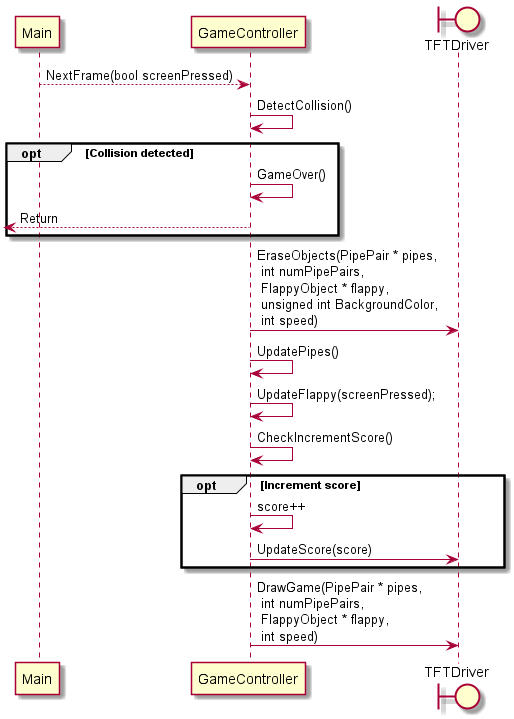
Before: Projekt/diagrams/out/NextFrame/NextFrame.png, a diagram exported from PlantUML (Valdemartt/AMS). The source it was exported from:
```plantuml
@startuml
Main--> GameController : NextFrame(bool screenPressed)
control GameController
boundary TFTDriver
GameController -> GameController : DetectCollision()
opt Collision detected
    GameController -> GameController : GameOver()
    <-- GameController: Return
end
GameController -> TFTDriver : EraseObjects(PipePair * pipes,\n int numPipePairs, \n FlappyObject * flappy,\n unsigned int BackgroundColor, \n int speed)
GameController -> GameController : UpdatePipes()
GameController -> GameController : UpdateFlappy(screenPressed);
GameController -> GameController : CheckIncrementScore()
opt Increment score
GameController -> GameController : score++
GameController -> TFTDriver : UpdateScore(score)
end
GameController -> TFTDriver : DrawGame(PipePair * pipes, \n int numPipePairs,\n FlappyObject * flappy,\n int speed)
@enduml
```
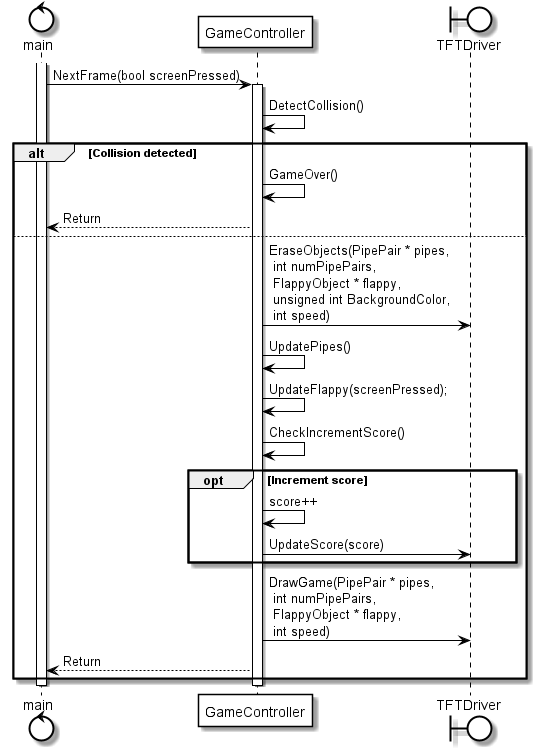
Later version of the same file.

The edit, as a diff of the source:
```diff
@@ -1,19 +1,50 @@
 @startuml
-Main--> GameController : NextFrame(bool screenPressed)
-control GameController
+skinparam sequence {
+    ArrowColor Black
+    ActorBorderColor Black
+    LifeLineBorderColor Black
+    ArrowMessageAlignment center
+    ParticipantBorderColor Black
+    ParticipantBackgroundColor White
+    BoxBorderColor Black
+}
+
+skinparam Collections {
+    BorderColor Black
+    BackgroundColor White
+}
+skinparam control{
+    BorderColor Black
+    BackgroundColor White
+}
+skinparam boundary {
+    BorderColor Black
+    BackgroundColor White
+}
+
+control main
+participant GameController
 boundary TFTDriver
+
+activate main
+main -> GameController : NextFrame(bool screenPressed)
+activate GameController
 GameController -> GameController : DetectCollision()
-opt Collision detected
+alt Collision detected
     GameController -> GameController : GameOver()
-    <-- GameController: Return
+    main <-- GameController: Return
+else
+    GameController -> TFTDriver : EraseObjects(PipePair * pipes,\n int numPipePairs, \n FlappyObject * flappy,\n unsigned int BackgroundColor, \n int speed)
+    GameController -> GameController : UpdatePipes()
+    GameController -> GameController : UpdateFlappy(screenPressed);
+    GameController -> GameController : CheckIncrementScore()
+    opt Increment score
+    GameController -> GameController : score++
+    GameController -> TFTDriver : UpdateScore(score)
+    end
+    GameController -> TFTDriver : DrawGame(PipePair * pipes, \n int numPipePairs,\n FlappyObject * flappy,\n int speed)
+    main <-- GameController : Return
 end
-GameController -> TFTDriver : EraseObjects(PipePair * pipes,\n int numPipePairs, \n FlappyObject * flappy,\n unsigned int BackgroundColor, \n int speed)
-GameController -> GameController : UpdatePipes()
-GameController -> GameController : UpdateFlappy(screenPressed);
-GameController -> GameController : CheckIncrementScore()
-opt Increment score
-GameController -> GameController : score++
-GameController -> TFTDriver : UpdateScore(score)
-end
-GameController -> TFTDriver : DrawGame(PipePair * pipes, \n int numPipePairs,\n FlappyObject * flappy,\n int speed)
+deactivate GameController
+deactivate main
 @enduml
```
